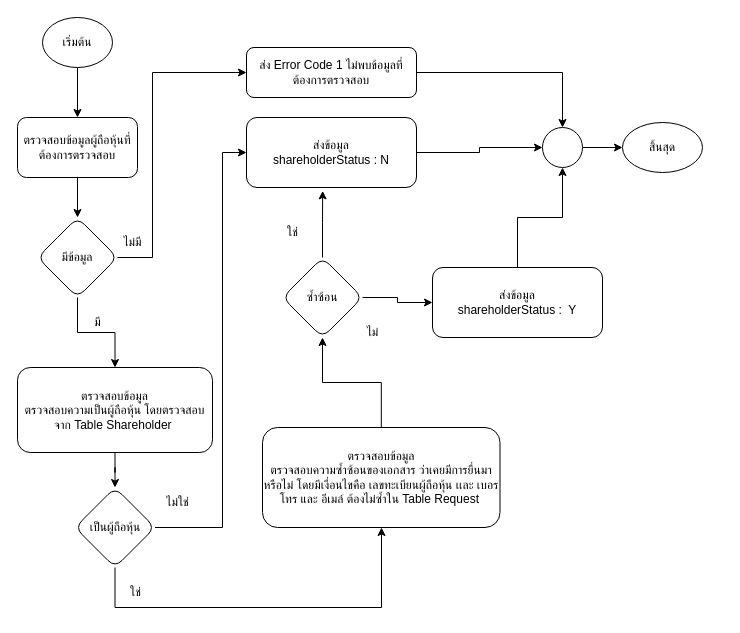
The draw.io diagram checkShareHolderAvailable.drawio in charifrodmanee/charifrodmanee, before the edit. Source tidied: cells renumbered, new cells numbered last; positions are measured from the earlier drawing's top-left corner, leaving out a move shared by most shapes. Both pictures are drawn from the tidied source at 100%, with x=0, y=0 at pixel (17, 17).
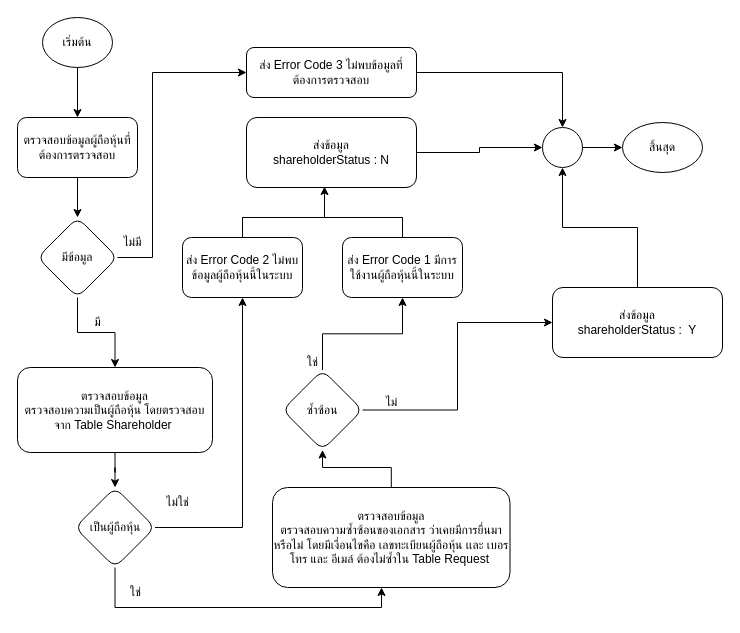
The same diagram, later.

The change refers to these unchanged cells:
```xml
<mxCell id="16" value="ส่งข้อมูล &lt;br&gt;shareholderStatus : N" style="whiteSpace=wrap;html=1;rounded=1;" parent="1" vertex="1">
  <mxGeometry x="229" y="100" width="170" height="70" as="geometry" />
</mxCell>
<mxCell id="19" value="เป็นผู้ถือหุ้น" style="rhombus;whiteSpace=wrap;html=1;rounded=1;" parent="1" vertex="1">
  <mxGeometry x="57.5" y="470" width="80" height="80" as="geometry" />
</mxCell>
```

Change to the diagram source:
```diff
@@
-    <mxCell id="10" value="ส่ง Error Code 1 ไม่พบข้อมูลที่ต้องการตรวจสอบ" style="whiteSpace=wrap;html=1;rounded=1;" parent="1" vertex="1">
+    <mxCell id="10" value="ส่ง Error Code 3 ไม่พบข้อมูลที่ต้องการตรวจสอบ" style="whiteSpace=wrap;html=1;rounded=1;" parent="1" vertex="1">
       <mxGeometry x="229" y="30" width="170" height="50" as="geometry" />
     </mxCell>
@@
+    <mxCell id="34" style="edgeStyle=orthogonalEdgeStyle;rounded=0;jettySize=auto;html=1;entryX=0.5;entryY=1;entryDx=0;entryDy=0;exitX=1;exitY=0.5;exitDx=0;exitDy=0;" parent="1" edge="1" source="19" target="39">
+      <mxGeometry relative="1" as="geometry">
+        <Array as="points">
+          <mxPoint x="225" y="510" />
+        </Array>
+      </mxGeometry>
+    </mxCell>
@@
-    <mxCell id="17" style="edgeStyle=orthogonalEdgeStyle;rounded=0;jettySize=auto;html=1;entryX=0;entryY=0.5;entryDx=0;entryDy=0;" parent="1" edge="1" source="19" target="16">
-      <mxGeometry relative="1" as="geometry">
-        <Array as="points">
-          <mxPoint x="205" y="510" />
-          <mxPoint x="205" y="135" />
-        </Array>
-      </mxGeometry>
-    </mxCell>
@@
     <mxCell id="22" value="ตรวจสอบข้อมูล&lt;br&gt;ตรวจสอบความซ้ำซ้อนของเอกสาร ว่าเคยมีการยื่นมาหรือไม่ โดยมีเงื่อนไขคือ เลขทะเบียนผู้ถือหุ้น เเละ เบอรโทร และ อีเมล์ ต้องไม่ซ้ำใน Table Request&amp;nbsp;" style="whiteSpace=wrap;html=1;rounded=1;" parent="1" vertex="1">
-      <mxGeometry x="245" y="410" width="237.5" height="100" as="geometry" />
+      <mxGeometry x="255" y="470" width="237.5" height="100" as="geometry" />
     </mxCell>
@@
-    <mxCell id="24" style="edgeStyle=orthogonalEdgeStyle;rounded=0;jettySize=auto;html=1;entryX=0.448;entryY=1.048;entryDx=0;entryDy=0;entryPerimeter=0;" parent="1" edge="1" source="26" target="16">
-      <mxGeometry relative="1" as="geometry" />
-    </mxCell>
@@
+    <mxCell id="35" style="edgeStyle=orthogonalEdgeStyle;rounded=0;jettySize=auto;html=1;" parent="1" edge="1" source="26" target="37">
+      <mxGeometry relative="1" as="geometry" />
+    </mxCell>
     <mxCell id="26" value="ซ้ำซ้อน" style="rhombus;whiteSpace=wrap;html=1;rounded=1;" parent="1" vertex="1">
-      <mxGeometry x="265" y="240" width="80" height="80" as="geometry" />
+      <mxGeometry x="265" y="352.5" width="80" height="80" as="geometry" />
     </mxCell>
     <mxCell id="27" value="ใช่" style="text;html=1;align=center;verticalAlign=middle;strokeColor=none;fillColor=none;" parent="1" vertex="1">
-      <mxGeometry x="255" y="200" width="40" height="30" as="geometry" />
+      <mxGeometry x="275" y="330" width="40" height="30" as="geometry" />
     </mxCell>
@@
     <mxCell id="31" value="ไม่" style="text;html=1;align=center;verticalAlign=middle;strokeColor=none;fillColor=none;" parent="1" vertex="1">
-      <mxGeometry x="335" y="300" width="40" height="30" as="geometry" />
+      <mxGeometry x="353.8" y="370" width="40" height="30" as="geometry" />
     </mxCell>
@@
     <mxCell id="33" value="ส่งข้อมูล &lt;br&gt;shareholderStatus :&amp;nbsp; Y" style="whiteSpace=wrap;html=1;rounded=1;" parent="1" vertex="1">
-      <mxGeometry x="415" y="250" width="170" height="70" as="geometry" />
+      <mxGeometry x="535" y="270" width="170" height="70" as="geometry" />
     </mxCell>
+    <mxCell id="36" style="edgeStyle=orthogonalEdgeStyle;rounded=0;jettySize=auto;html=1;exitX=0.5;exitY=0;exitDx=0;exitDy=0;endArrow=none;endFill=0;" parent="1" edge="1" source="37">
+      <mxGeometry relative="1" as="geometry">
+        <mxPoint x="305" y="200" as="targetPoint" />
+        <Array as="points">
+          <mxPoint x="385" y="200" />
+          <mxPoint x="305" y="200" />
+        </Array>
+      </mxGeometry>
+    </mxCell>
+    <mxCell id="37" value="ส่ง Error Code 1 มีการใช้งานผู้ถือหุ้นนี้ในระบบ" style="whiteSpace=wrap;html=1;rounded=1;" parent="1" vertex="1">
+      <mxGeometry x="325" y="220" width="120" height="60" as="geometry" />
+    </mxCell>
+    <mxCell id="38" style="edgeStyle=orthogonalEdgeStyle;rounded=0;jettySize=auto;html=1;entryX=0.459;entryY=0.986;entryDx=0;entryDy=0;entryPerimeter=0;" parent="1" edge="1" source="39" target="16">
+      <mxGeometry relative="1" as="geometry">
+        <Array as="points">
+          <mxPoint x="225" y="200" />
+          <mxPoint x="307" y="200" />
+        </Array>
+      </mxGeometry>
+    </mxCell>
+    <mxCell id="39" value="ส่ง Error Code 2 ไม่พบข้อมูลผู้ถือหุ้นนี้ในระบบ" style="whiteSpace=wrap;html=1;rounded=1;" parent="1" vertex="1">
+      <mxGeometry x="165" y="220" width="120" height="60" as="geometry" />
+    </mxCell>
```
